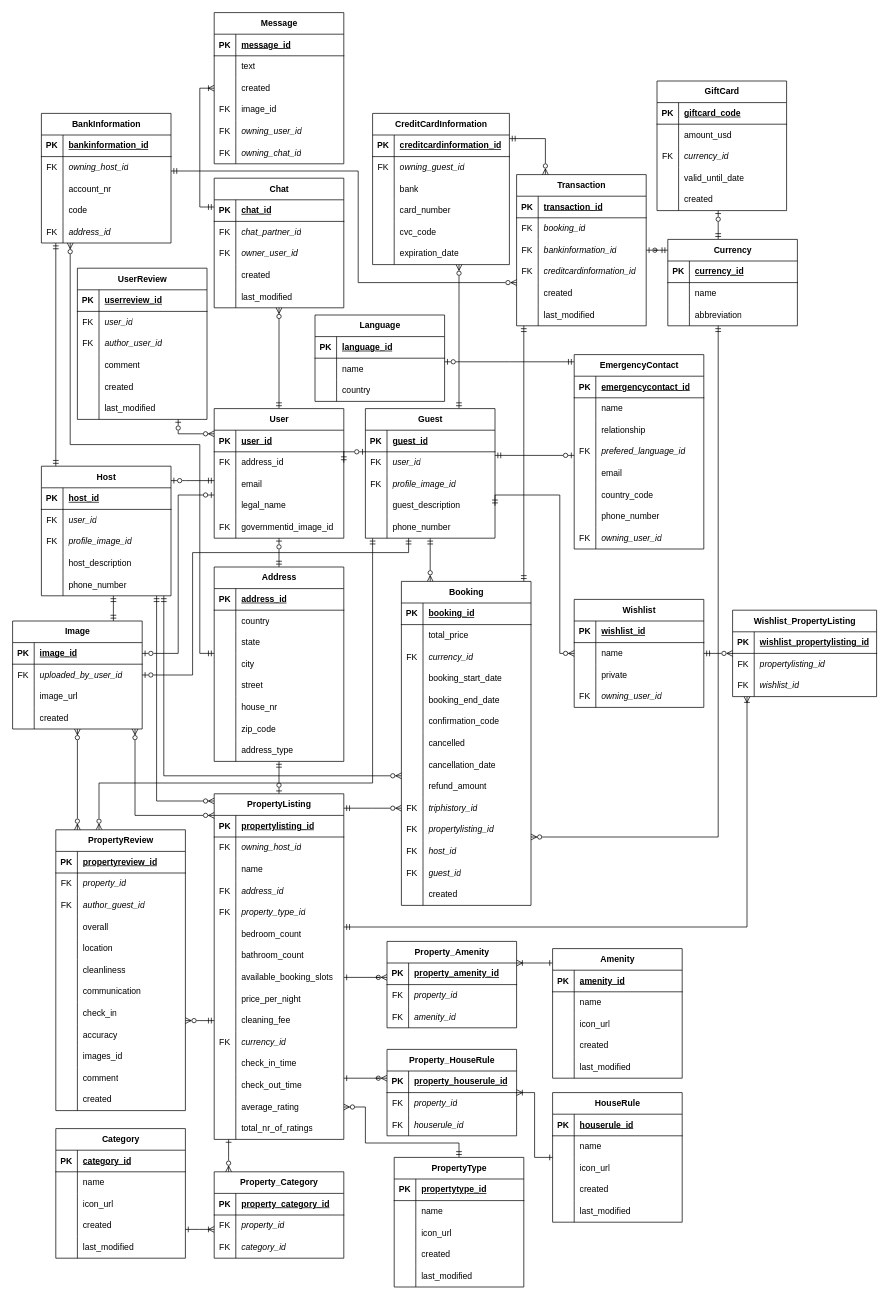
Earlier version of the draw.io diagram phase_2/airbnb_er-model_tomschmaeling_v4.drawio (LeftEmpty/AirBnB_DBMS_Imitation). Source tidied: cells renumbered, new cells numbered last; positions are measured from the earlier drawing's top-left corner, leaving out a move shared by most shapes. Both pictures are drawn from the tidied source at 72%, with x=0, y=0 at pixel (12, 12).
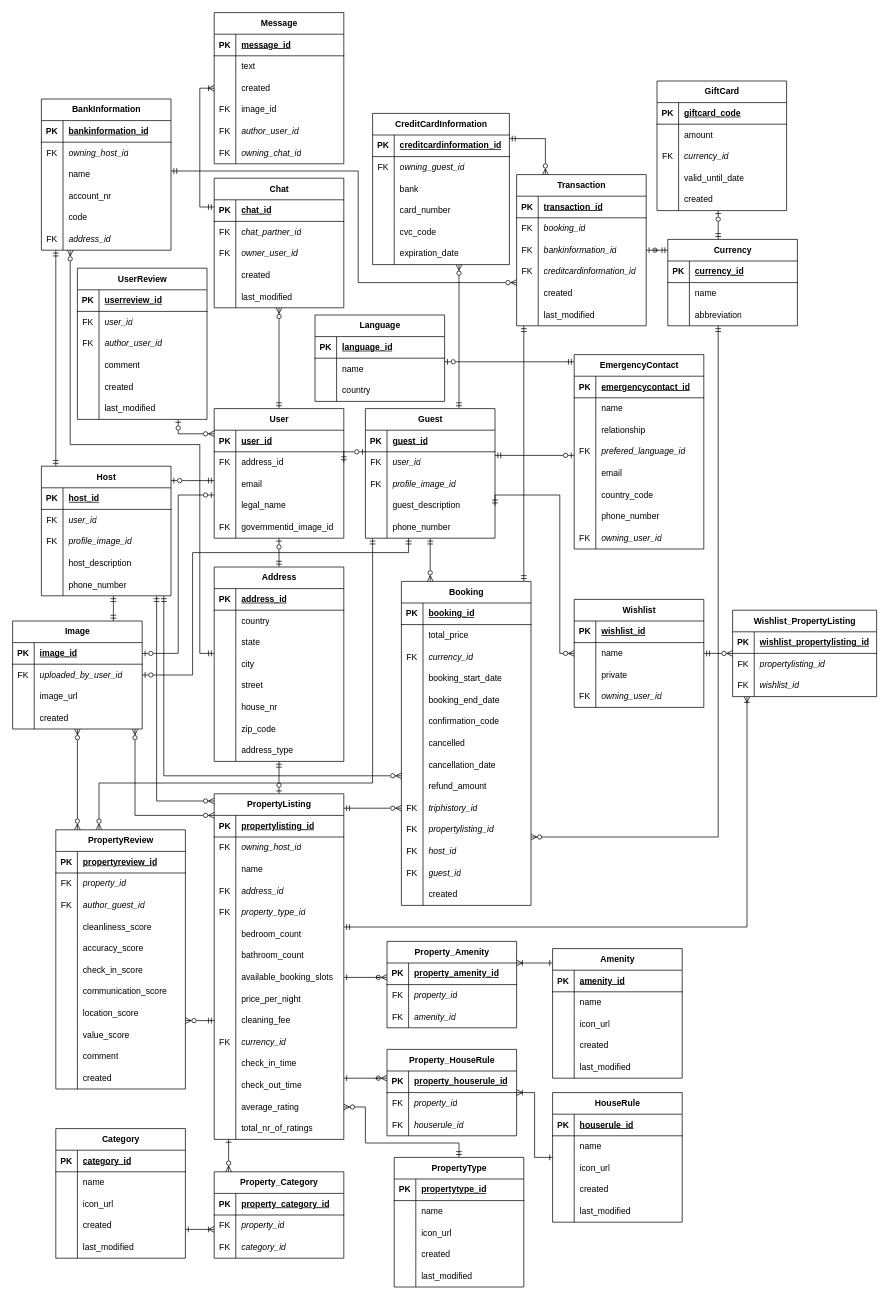
Above is the later version.

Unchanged cells that the change refers to:
```xml
<mxCell id="90" style="shape=tableRow;horizontal=0;startSize=0;swimlaneHead=0;swimlaneBody=0;fillColor=none;top=0;left=0;right=0;bottom=0;" parent="77" vertex="1">
  <mxGeometry y="150" width="180" height="30" as="geometry" />
</mxCell>
<mxCell id="281" style="shape=tableRow;horizontal=0;startSize=0;swimlaneHead=0;swimlaneBody=0;fillColor=none;top=0;left=0;right=0;bottom=0;" parent="271" vertex="1">
  <mxGeometry y="120" width="180" height="30" as="geometry" />
</mxCell>
<mxCell id="284" style="shape=tableRow;horizontal=0;startSize=0;swimlaneHead=0;swimlaneBody=0;fillColor=none;top=0;left=0;right=0;bottom=0;" parent="271" vertex="1">
  <mxGeometry y="150" width="180" height="30" as="geometry" />
</mxCell>
<mxCell id="287" style="shape=tableRow;horizontal=0;startSize=0;swimlaneHead=0;swimlaneBody=0;fillColor=none;top=0;left=0;right=0;bottom=0;" parent="271" vertex="1">
  <mxGeometry y="180" width="180" height="30" as="geometry" />
</mxCell>
<mxCell id="290" style="shape=tableRow;horizontal=0;startSize=0;swimlaneHead=0;swimlaneBody=0;fillColor=none;top=0;left=0;right=0;bottom=0;" parent="271" vertex="1">
  <mxGeometry y="210" width="180" height="30" as="geometry" />
</mxCell>
<mxCell id="293" style="shape=tableRow;horizontal=0;startSize=0;swimlaneHead=0;swimlaneBody=0;fillColor=none;top=0;left=0;right=0;bottom=0;" parent="271" vertex="1">
  <mxGeometry y="240" width="180" height="30" as="geometry" />
</mxCell>
<mxCell id="296" style="shape=tableRow;horizontal=0;startSize=0;swimlaneHead=0;swimlaneBody=0;fillColor=none;top=0;left=0;right=0;bottom=0;" parent="271" vertex="1">
  <mxGeometry y="270" width="180" height="30" as="geometry" />
</mxCell>
<mxCell id="506" style="shape=tableRow;horizontal=0;startSize=0;swimlaneHead=0;swimlaneBody=0;fillColor=none;top=0;left=0;right=0;bottom=0;" parent="502" vertex="1">
  <mxGeometry y="60" width="180" height="30" as="geometry" />
</mxCell>
```

The edit, as a diff of the source:
```diff
@@
-    <mxCell id="92" value="owning_user_id" style="shape=partialRectangle;fillColor=none;top=0;left=0;bottom=0;right=0;align=left;spacingLeft=6;overflow=hidden;whiteSpace=wrap;html=1;fontStyle=2;" parent="90" vertex="1">
+    <mxCell id="92" value="author_user_id" style="shape=partialRectangle;fillColor=none;top=0;left=0;bottom=0;right=0;align=left;spacingLeft=6;overflow=hidden;whiteSpace=wrap;html=1;fontStyle=2;" parent="90" vertex="1">
       <mxGeometry x="30" width="150" height="30" as="geometry" />
     </mxCell>
@@
     <mxCell id="271" value="PropertyReview" style="shape=table;startSize=30;childLayout=tableLayout;rowLines=0;fontStyle=1;align=center;html=1;" parent="1" vertex="1">
-      <mxGeometry x="60" y="1135" width="180" height="390" as="geometry" />
+      <mxGeometry x="60" y="1135" width="180" height="360" as="geometry" />
     </mxCell>
@@
-    <mxCell id="283" value="overall" style="shape=partialRectangle;fillColor=none;top=0;left=0;bottom=0;right=0;align=left;spacingLeft=6;overflow=hidden;whiteSpace=wrap;html=1;" parent="281" vertex="1">
+    <mxCell id="283" value="cleanliness_score" style="shape=partialRectangle;fillColor=none;top=0;left=0;bottom=0;right=0;align=left;spacingLeft=6;overflow=hidden;whiteSpace=wrap;html=1;" parent="281" vertex="1">
       <mxGeometry x="30" width="150" height="30" as="geometry" />
     </mxCell>
@@
-    <mxCell id="286" value="location" style="shape=partialRectangle;fillColor=none;top=0;left=0;bottom=0;right=0;align=left;spacingLeft=6;overflow=hidden;whiteSpace=wrap;html=1;" parent="284" vertex="1">
+    <mxCell id="286" value="accuracy_score" style="shape=partialRectangle;fillColor=none;top=0;left=0;bottom=0;right=0;align=left;spacingLeft=6;overflow=hidden;whiteSpace=wrap;html=1;" parent="284" vertex="1">
       <mxGeometry x="30" width="150" height="30" as="geometry" />
     </mxCell>
@@
-    <mxCell id="289" value="cleanliness" style="shape=partialRectangle;fillColor=none;top=0;left=0;bottom=0;right=0;align=left;spacingLeft=6;overflow=hidden;whiteSpace=wrap;html=1;" parent="287" vertex="1">
+    <mxCell id="289" value="check_in_score" style="shape=partialRectangle;fillColor=none;top=0;left=0;bottom=0;right=0;align=left;spacingLeft=6;overflow=hidden;whiteSpace=wrap;html=1;" parent="287" vertex="1">
       <mxGeometry x="30" width="150" height="30" as="geometry" />
     </mxCell>
@@
-    <mxCell id="292" value="communication" style="shape=partialRectangle;fillColor=none;top=0;left=0;bottom=0;right=0;align=left;spacingLeft=6;overflow=hidden;whiteSpace=wrap;html=1;" parent="290" vertex="1">
+    <mxCell id="292" value="communication_score" style="shape=partialRectangle;fillColor=none;top=0;left=0;bottom=0;right=0;align=left;spacingLeft=6;overflow=hidden;whiteSpace=wrap;html=1;" parent="290" vertex="1">
       <mxGeometry x="30" width="150" height="30" as="geometry" />
     </mxCell>
@@
-    <mxCell id="295" value="check_in" style="shape=partialRectangle;fillColor=none;top=0;left=0;bottom=0;right=0;align=left;spacingLeft=6;overflow=hidden;whiteSpace=wrap;html=1;" parent="293" vertex="1">
+    <mxCell id="295" value="location_score" style="shape=partialRectangle;fillColor=none;top=0;left=0;bottom=0;right=0;align=left;spacingLeft=6;overflow=hidden;whiteSpace=wrap;html=1;" parent="293" vertex="1">
       <mxGeometry x="30" width="150" height="30" as="geometry" />
     </mxCell>
@@
-    <mxCell id="298" value="accuracy" style="shape=partialRectangle;fillColor=none;top=0;left=0;bottom=0;right=0;align=left;spacingLeft=6;overflow=hidden;whiteSpace=wrap;html=1;" parent="296" vertex="1">
+    <mxCell id="298" value="value_score" style="shape=partialRectangle;fillColor=none;top=0;left=0;bottom=0;right=0;align=left;spacingLeft=6;overflow=hidden;whiteSpace=wrap;html=1;" parent="296" vertex="1">
       <mxGeometry x="30" width="150" height="30" as="geometry" />
     </mxCell>
-    <mxCell id="299" style="shape=tableRow;horizontal=0;startSize=0;swimlaneHead=0;swimlaneBody=0;fillColor=none;top=0;left=0;right=0;bottom=0;" parent="271" vertex="1">
-      <mxGeometry y="300" width="180" height="30" as="geometry" />
-    </mxCell>
-    <mxCell id="300" style="shape=partialRectangle;fillColor=none;top=0;left=0;bottom=0;right=0;overflow=hidden;whiteSpace=wrap;html=1;" parent="299" vertex="1">
-      <mxGeometry width="30" height="30" as="geometry" />
-    </mxCell>
-    <mxCell id="301" value="images_id" style="shape=partialRectangle;fillColor=none;top=0;left=0;bottom=0;right=0;align=left;spacingLeft=6;overflow=hidden;whiteSpace=wrap;html=1;" parent="299" vertex="1">
-      <mxGeometry x="30" width="150" height="30" as="geometry" />
-    </mxCell>
     <mxCell id="302" style="shape=tableRow;horizontal=0;startSize=0;swimlaneHead=0;swimlaneBody=0;fillColor=none;top=0;left=0;right=0;bottom=0;" parent="271" vertex="1">
-      <mxGeometry y="330" width="180" height="30" as="geometry" />
+      <mxGeometry y="300" width="180" height="30" as="geometry" />
     </mxCell>
@@
     <mxCell id="305" style="shape=tableRow;horizontal=0;startSize=0;swimlaneHead=0;swimlaneBody=0;fillColor=none;top=0;left=0;right=0;bottom=0;" parent="271" vertex="1">
-      <mxGeometry y="360" width="180" height="30" as="geometry" />
+      <mxGeometry y="330" width="180" height="30" as="geometry" />
     </mxCell>
@@
     <mxCell id="465" value="BankInformation" style="shape=table;startSize=30;childLayout=tableLayout;rowLines=0;fontStyle=1;align=center;html=1;" parent="1" vertex="1">
-      <mxGeometry x="40" y="140" width="180" height="180" as="geometry" />
+      <mxGeometry x="40" y="120" width="180" height="210" as="geometry" />
     </mxCell>
@@
+    <mxCell id="540" style="shape=tableRow;horizontal=0;startSize=0;swimlaneHead=0;swimlaneBody=0;fillColor=none;top=0;left=0;right=0;bottom=0;" parent="465" vertex="1">
+      <mxGeometry y="90" width="180" height="30" as="geometry" />
+    </mxCell>
+    <mxCell id="300" style="shape=partialRectangle;fillColor=none;top=0;left=0;bottom=0;right=0;overflow=hidden;whiteSpace=wrap;html=1;" parent="540" vertex="1">
+      <mxGeometry width="30" height="30" as="geometry" />
+    </mxCell>
+    <mxCell id="541" value="&lt;span style=&quot;font-style: normal;&quot;&gt;name&lt;/span&gt;" style="shape=partialRectangle;fillColor=none;top=0;left=0;bottom=0;right=0;align=left;spacingLeft=6;overflow=hidden;whiteSpace=wrap;html=1;fontStyle=2;" parent="540" vertex="1">
+      <mxGeometry x="30" width="150" height="30" as="geometry" />
+    </mxCell>
     <mxCell id="472" style="shape=tableRow;horizontal=0;startSize=0;swimlaneHead=0;swimlaneBody=0;fillColor=none;top=0;left=0;right=0;bottom=0;" parent="465" vertex="1">
-      <mxGeometry y="90" width="180" height="30" as="geometry" />
+      <mxGeometry y="120" width="180" height="30" as="geometry" />
     </mxCell>
@@
     <mxCell id="475" style="shape=tableRow;horizontal=0;startSize=0;swimlaneHead=0;swimlaneBody=0;fillColor=none;top=0;left=0;right=0;bottom=0;" parent="465" vertex="1">
-      <mxGeometry y="120" width="180" height="30" as="geometry" />
+      <mxGeometry y="150" width="180" height="30" as="geometry" />
     </mxCell>
@@
     <mxCell id="478" style="shape=tableRow;horizontal=0;startSize=0;swimlaneHead=0;swimlaneBody=0;fillColor=none;top=0;left=0;right=0;bottom=0;" parent="465" vertex="1">
-      <mxGeometry y="150" width="180" height="30" as="geometry" />
+      <mxGeometry y="180" width="180" height="30" as="geometry" />
     </mxCell>
@@
-    <mxCell id="508" value="amount_usd" style="shape=partialRectangle;fillColor=none;top=0;left=0;bottom=0;right=0;align=left;spacingLeft=6;overflow=hidden;whiteSpace=wrap;html=1;" parent="506" vertex="1">
+    <mxCell id="508" value="amount" style="shape=partialRectangle;fillColor=none;top=0;left=0;bottom=0;right=0;align=left;spacingLeft=6;overflow=hidden;whiteSpace=wrap;html=1;" parent="506" vertex="1">
       <mxGeometry x="30" width="150" height="30" as="geometry" />
     </mxCell>
```
